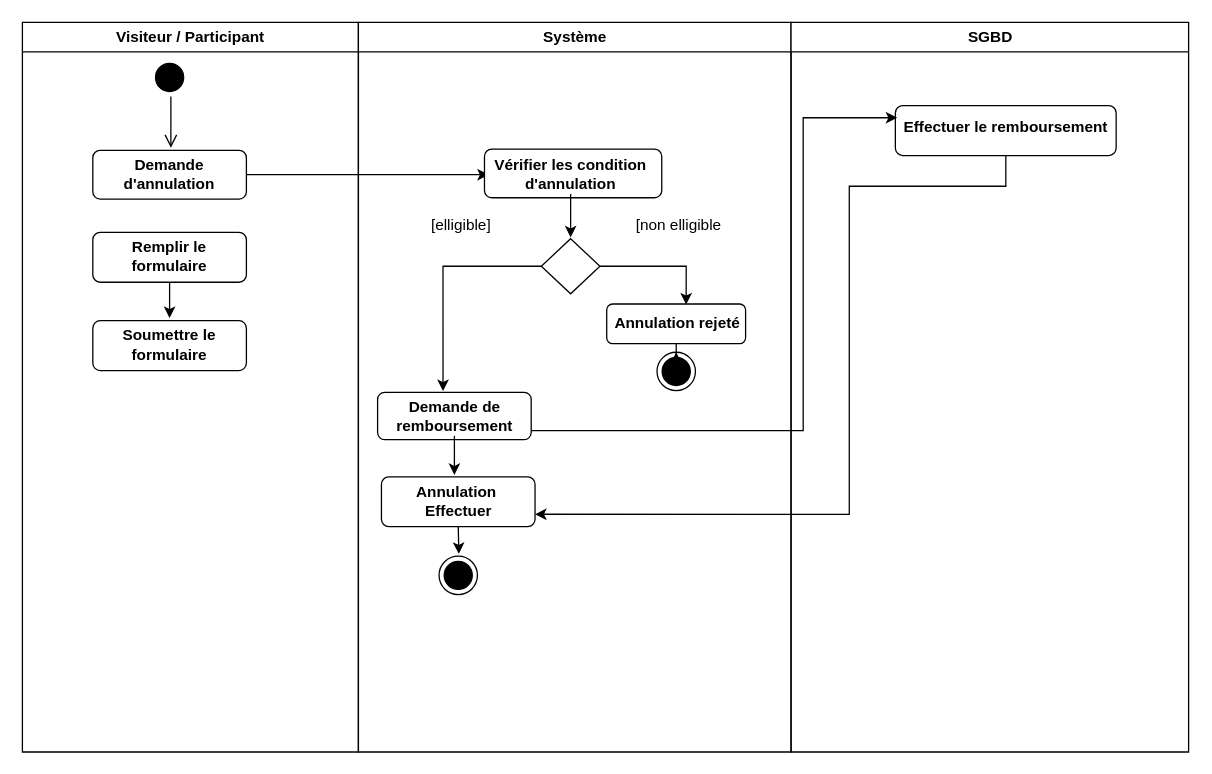
Above: act4.drawio in louis-fresnel99/TpGasaL1 (draw.io), before the change. Source tidied: cells renumbered, new cells numbered last; positions are measured from the earlier drawing's top-left corner, leaving out a move shared by most shapes. Both pictures are drawn from the tidied source at 128%, with x=0, y=0 at pixel (22, 22).
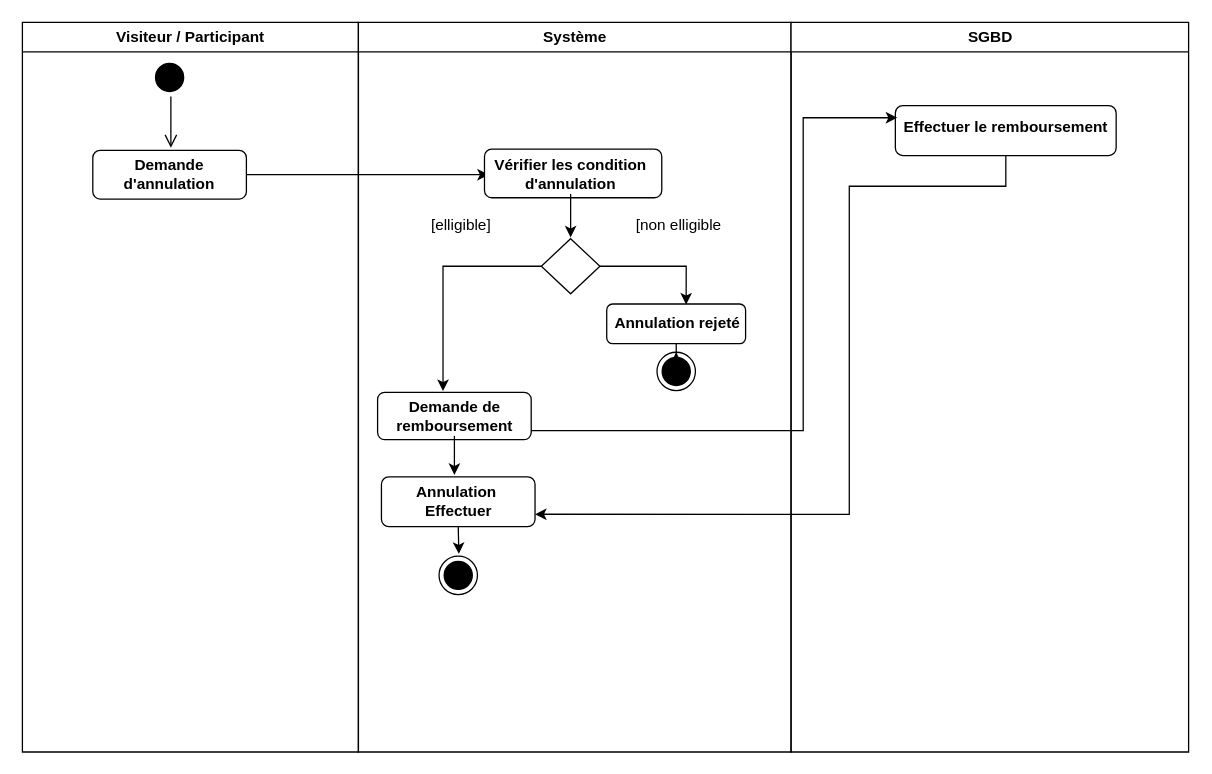
The same diagram, later.

Commit message (it also covers changes not shown here):
Mettre à jour act4.drawio

Unchanged cells that the change refers to:
```xml
<mxCell id="2" value="Visiteur / Participant" style="swimlane;whiteSpace=wrap;" parent="1" vertex="1">
  <mxGeometry width="262.5" height="570" as="geometry" />
</mxCell>
```

Diff of the diagram source:
```diff
@@
-    <mxCell id="8" style="edgeStyle=orthogonalEdgeStyle;rounded=0;jettySize=auto;html=1;" parent="2" edge="1" source="9">
-      <mxGeometry relative="1" as="geometry">
-        <mxPoint x="115" y="231" as="targetPoint" />
-      </mxGeometry>
-    </mxCell>
-    <mxCell id="9" style="rounded=1;whiteSpace=wrap;html=1;" parent="2" vertex="1">
-      <mxGeometry x="55" y="164" width="120" height="39" as="geometry" />
-    </mxCell>
-    <mxCell id="10" value="&lt;b&gt;Remplir le formulaire&lt;/b&gt;" style="text;html=1;align=center;verticalAlign=middle;whiteSpace=wrap;rounded=0;" parent="2" vertex="1">
-      <mxGeometry x="76" y="168" width="78" height="30" as="geometry" />
-    </mxCell>
-    <mxCell id="11" style="rounded=1;whiteSpace=wrap;html=1;" parent="2" vertex="1">
-      <mxGeometry x="55" y="233" width="120" height="39" as="geometry" />
-    </mxCell>
-    <mxCell id="12" value="&lt;b&gt;Soumettre le formulaire&lt;/b&gt;" style="text;html=1;align=center;verticalAlign=middle;whiteSpace=wrap;rounded=0;" parent="2" vertex="1">
-      <mxGeometry x="76" y="237" width="78" height="30" as="geometry" />
-    </mxCell>
```
